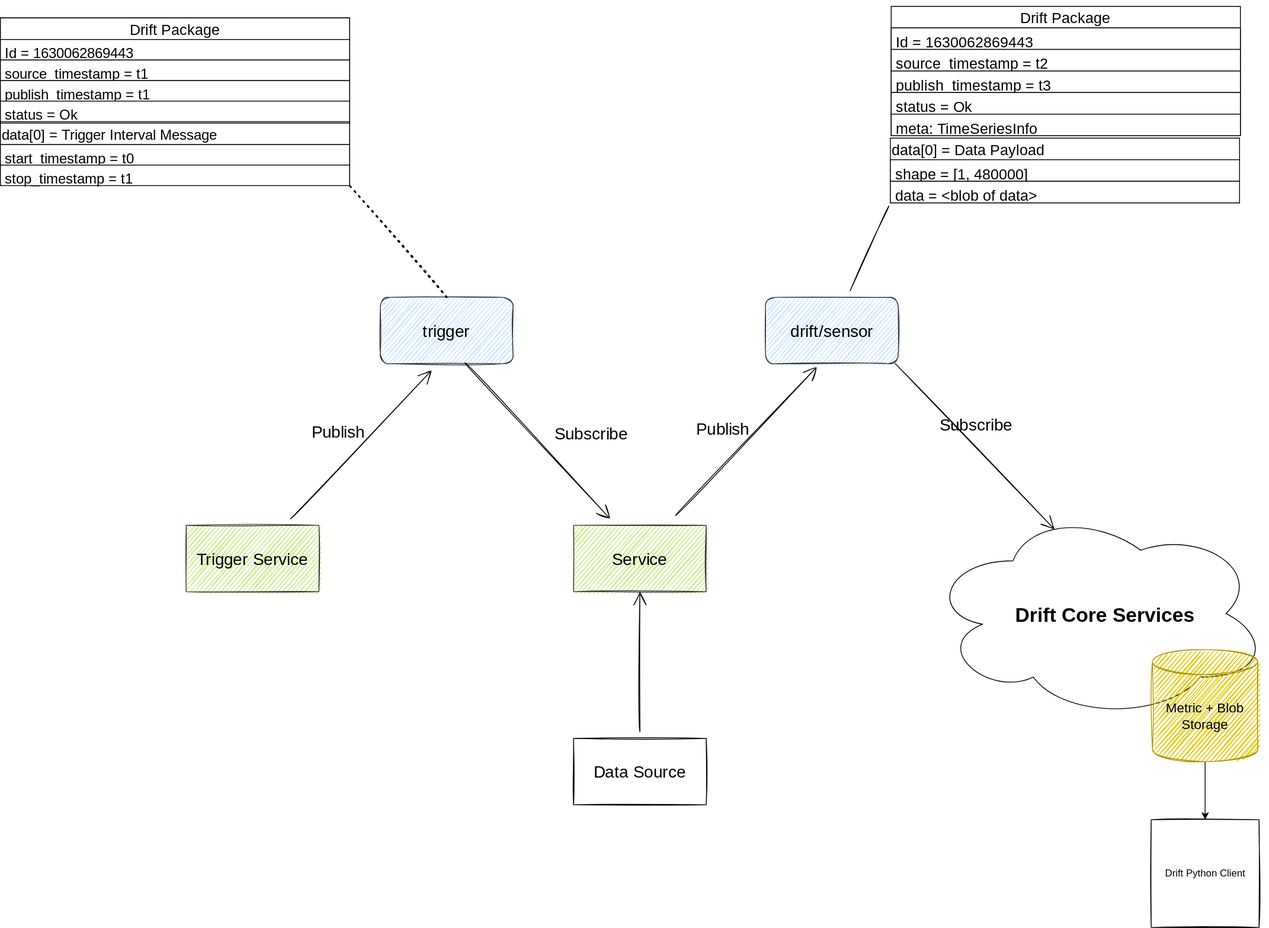
Above: docs/img/example.drawio.svg in panda-official/DriftProtocol (draw.io), before the change. Source tidied: cells renumbered, new cells last; positions are measured from the earlier drawing's top-left corner, leaving out a move shared by most shapes. The source it was exported from:
```xml
<mxGraphModel background="#ffffff">
  <root>
    <mxCell id="0" />
    <mxCell id="1" parent="0" />
    <mxCell id="2" value="Trigger Service" style="rounded=0;whiteSpace=wrap;html=1;sketch=1;hachureGap=4;fontFamily=Architects Daughter;fontSource=https%3A%2F%2Ffonts.googleapis.com%2Fcss%3Ffamily%3DArchitects%2BDaughter;fontSize=20;fillColor=#cdeb8b;strokeColor=#36393d;fontColor=#000000;labelBackgroundColor=none;" parent="1" vertex="1">
      <mxGeometry x="224" y="633" width="160" height="80" as="geometry" />
    </mxCell>
    <mxCell id="3" style="edgeStyle=none;curved=1;rounded=0;jettySize=auto;html=1;endArrow=open;sourcePerimeterSpacing=8;targetPerimeterSpacing=8;fontSize=16;sketch=1;fontFamily=Architects Daughter;fontSource=https%3A%2F%2Ffonts.googleapis.com%2Fcss%3Ffamily%3DArchitects%2BDaughter;startSize=14;endSize=14;fontColor=#000000;labelBackgroundColor=none;strokeColor=#000000;" parent="1" edge="1" source="2">
      <mxGeometry relative="1" as="geometry">
        <mxPoint x="520" y="446" as="targetPoint" />
      </mxGeometry>
    </mxCell>
    <mxCell id="4" value="Publish" style="edgeLabel;html=1;align=center;verticalAlign=middle;fontSize=20;fontFamily=Architects Daughter;fontColor=#000000;labelBackgroundColor=none;" parent="3" vertex="1">
      <mxGeometry x="-0.42" relative="1" as="geometry">
        <mxPoint x="8" y="-54" as="offset" />
      </mxGeometry>
    </mxCell>
    <mxCell id="5" value="Service" style="rounded=0;whiteSpace=wrap;html=1;sketch=1;hachureGap=4;fontFamily=Architects Daughter;fontSource=https%3A%2F%2Ffonts.googleapis.com%2Fcss%3Ffamily%3DArchitects%2BDaughter;fontSize=20;fillColor=#cdeb8b;strokeColor=#36393d;fontColor=#000000;labelBackgroundColor=none;" parent="1" vertex="1">
      <mxGeometry x="691" y="633" width="160" height="80" as="geometry" />
    </mxCell>
    <mxCell id="6" style="endArrow=none;html=1;rounded=0;sketch=1;fontFamily=Architects Daughter;fontSource=https%3A%2F%2Ffonts.googleapis.com%2Fcss%3Ffamily%3DArchitects%2BDaughter;fontSize=20;startSize=14;endSize=14;sourcePerimeterSpacing=8;targetPerimeterSpacing=8;edgeStyle=none;curved=1;exitX=-0.004;exitY=1.143;exitDx=0;exitDy=0;exitPerimeter=0;fontColor=#000000;labelBackgroundColor=none;strokeColor=#000000;" parent="1" edge="1" source="34" target="20">
      <mxGeometry relative="1" as="geometry" />
    </mxCell>
    <mxCell id="7" value="trigger" style="rounded=1;whiteSpace=wrap;html=1;sketch=1;hachureGap=4;fontFamily=Architects Daughter;fontSource=https%3A%2F%2Ffonts.googleapis.com%2Fcss%3Ffamily%3DArchitects%2BDaughter;fontSize=20;fillColor=#cce5ff;strokeColor=#36393d;fontColor=#000000;labelBackgroundColor=none;" parent="1" vertex="1">
      <mxGeometry x="458" y="358" width="160" height="80" as="geometry" />
    </mxCell>
    <mxCell id="8" style="edgeStyle=none;curved=1;rounded=0;jettySize=auto;html=1;endArrow=open;sourcePerimeterSpacing=8;targetPerimeterSpacing=8;fontSize=16;sketch=1;fontFamily=Architects Daughter;fontSource=https%3A%2F%2Ffonts.googleapis.com%2Fcss%3Ffamily%3DArchitects%2BDaughter;startSize=14;endSize=14;exitX=0.638;exitY=0.988;exitDx=0;exitDy=0;exitPerimeter=0;fontColor=#000000;labelBackgroundColor=none;strokeColor=#000000;" parent="1" edge="1" source="7">
      <mxGeometry relative="1" as="geometry">
        <mxPoint x="735" y="625" as="targetPoint" />
      </mxGeometry>
    </mxCell>
    <mxCell id="9" value="Subscribe" style="edgeLabel;html=1;align=center;verticalAlign=middle;fontSize=20;fontFamily=Architects Daughter;fontColor=#000000;labelBackgroundColor=none;" parent="8" vertex="1">
      <mxGeometry x="-0.42" relative="1" as="geometry">
        <mxPoint x="101" y="30" as="offset" />
      </mxGeometry>
    </mxCell>
    <mxCell id="10" style="group;fontColor=#000000;labelBackgroundColor=none;fillColor=#FFFFFF;strokeColor=#000000;sketch=0;" parent="1" vertex="1">
      <mxGeometry y="21" width="421" height="201" as="geometry" />
    </mxCell>
    <mxCell id="11" value="Drift Package" style="swimlane;fontStyle=0;horizontal=1;startSize=26;sketch=0;hachureGap=4;fontFamily=Architects Daughter;fontSource=https%3A%2F%2Ffonts.googleapis.com%2Fcss%3Ffamily%3DArchitects%2BDaughter;fontSize=18;fontColor=#000000;labelBackgroundColor=none;fillColor=#FFFFFF;strokeColor=#000000;" parent="10" vertex="1">
      <mxGeometry width="421" height="125.1" as="geometry" />
    </mxCell>
    <mxCell id="12" value="Id = 1630062869443" style="text;strokeColor=#000000;fillColor=#FFFFFF;align=left;verticalAlign=top;spacingLeft=4;spacingRight=4;overflow=hidden;sketch=0;hachureGap=4;fontFamily=Architects Daughter;fontSource=https%3A%2F%2Ffonts.googleapis.com%2Fcss%3Ffamily%3DArchitects%2BDaughter;fontSize=17;fontColor=#000000;labelBackgroundColor=none;" parent="11" vertex="1">
      <mxGeometry y="26" width="421" height="24.8" as="geometry" />
    </mxCell>
    <mxCell id="13" value="source_timestamp = t1" style="text;strokeColor=#000000;fillColor=#FFFFFF;align=left;verticalAlign=top;spacingLeft=4;spacingRight=4;overflow=hidden;sketch=0;hachureGap=4;fontFamily=Architects Daughter;fontSource=https%3A%2F%2Ffonts.googleapis.com%2Fcss%3Ffamily%3DArchitects%2BDaughter;fontSize=17;fontColor=#000000;labelBackgroundColor=none;" parent="11" vertex="1">
      <mxGeometry y="50.8" width="421" height="24.8" as="geometry" />
    </mxCell>
    <mxCell id="14" value="publish_timestamp = t1" style="text;strokeColor=#000000;fillColor=#FFFFFF;align=left;verticalAlign=top;spacingLeft=4;spacingRight=4;overflow=hidden;sketch=0;hachureGap=4;fontFamily=Architects Daughter;fontSource=https%3A%2F%2Ffonts.googleapis.com%2Fcss%3Ffamily%3DArchitects%2BDaughter;fontSize=17;fontColor=#000000;labelBackgroundColor=none;" parent="11" vertex="1">
      <mxGeometry y="75.5" width="421" height="24.8" as="geometry" />
    </mxCell>
    <mxCell id="15" value="status = Ok " style="text;strokeColor=#000000;fillColor=#FFFFFF;align=left;verticalAlign=top;spacingLeft=4;spacingRight=4;overflow=hidden;sketch=0;hachureGap=4;fontFamily=Architects Daughter;fontSource=https%3A%2F%2Ffonts.googleapis.com%2Fcss%3Ffamily%3DArchitects%2BDaughter;fontSize=17;fontColor=#000000;labelBackgroundColor=none;" parent="11" vertex="1">
      <mxGeometry y="100.3" width="421" height="24.8" as="geometry" />
    </mxCell>
    <mxCell id="16" value="data[0] = Trigger Interval Message" style="swimlane;fontStyle=0;horizontal=1;startSize=26;sketch=0;hachureGap=4;fontFamily=Architects Daughter;fontSource=https%3A%2F%2Ffonts.googleapis.com%2Fcss%3Ffamily%3DArchitects%2BDaughter;fontSize=17;fontColor=#000000;labelBackgroundColor=none;fillColor=#FFFFFF;strokeColor=#000000;align=left;" parent="10" vertex="1">
      <mxGeometry y="126.7" width="421" height="75.5" as="geometry" />
    </mxCell>
    <mxCell id="17" value="start_timestamp = t0" style="text;strokeColor=#000000;fillColor=#FFFFFF;align=left;verticalAlign=top;spacingLeft=4;spacingRight=4;overflow=hidden;sketch=0;hachureGap=4;fontFamily=Architects Daughter;fontSource=https%3A%2F%2Ffonts.googleapis.com%2Fcss%3Ffamily%3DArchitects%2BDaughter;fontSize=17;fontColor=#000000;labelBackgroundColor=none;" parent="16" vertex="1">
      <mxGeometry y="26" width="421" height="24.8" as="geometry" />
    </mxCell>
    <mxCell id="18" value="stop_timestamp = t1" style="text;strokeColor=#000000;fillColor=#FFFFFF;align=left;verticalAlign=top;spacingLeft=4;spacingRight=4;overflow=hidden;sketch=0;hachureGap=4;fontFamily=Architects Daughter;fontSource=https%3A%2F%2Ffonts.googleapis.com%2Fcss%3Ffamily%3DArchitects%2BDaughter;fontSize=17;fontColor=#000000;labelBackgroundColor=none;" parent="16" vertex="1">
      <mxGeometry y="50.8" width="421" height="24.8" as="geometry" />
    </mxCell>
    <mxCell id="19" style="endArrow=none;dashed=1;html=1;dashPattern=1 3;strokeWidth=2;rounded=0;sketch=1;fontFamily=Architects Daughter;fontSource=https%3A%2F%2Ffonts.googleapis.com%2Fcss%3Ffamily%3DArchitects%2BDaughter;fontSize=20;startSize=14;endSize=14;sourcePerimeterSpacing=8;targetPerimeterSpacing=8;edgeStyle=none;curved=1;entryX=1;entryY=1;entryDx=0;entryDy=0;exitX=0.5;exitY=0;exitDx=0;exitDy=0;fontColor=#000000;labelBackgroundColor=none;strokeColor=#000000;" parent="1" edge="1" source="7" target="16">
      <mxGeometry relative="1" as="geometry" />
    </mxCell>
    <mxCell id="20" value="drift/sensor" style="rounded=1;whiteSpace=wrap;html=1;sketch=1;hachureGap=4;fontFamily=Architects Daughter;fontSource=https%3A%2F%2Ffonts.googleapis.com%2Fcss%3Ffamily%3DArchitects%2BDaughter;fontSize=20;fillColor=#cce5ff;strokeColor=#36393d;fontColor=#000000;labelBackgroundColor=none;" parent="1" vertex="1">
      <mxGeometry x="922.5" y="358" width="160" height="80" as="geometry" />
    </mxCell>
    <mxCell id="21" style="edgeStyle=none;curved=1;rounded=0;orthogonalLoop=1;jettySize=auto;html=1;endArrow=open;sourcePerimeterSpacing=8;targetPerimeterSpacing=8;fontSize=16;sketch=1;fontFamily=Architects Daughter;fontSource=https%3A%2F%2Ffonts.googleapis.com%2Fcss%3Ffamily%3DArchitects%2BDaughter;startSize=14;endSize=14;exitX=0.638;exitY=0.988;exitDx=0;exitDy=0;exitPerimeter=0;entryX=0.5;entryY=0;entryDx=0;entryDy=0;fontColor=#000000;labelBackgroundColor=none;strokeColor=#000000;" parent="1" edge="1">
      <mxGeometry relative="1" as="geometry">
        <mxPoint x="1079" y="438" as="sourcePoint" />
        <mxPoint x="1271" y="638" as="targetPoint" />
      </mxGeometry>
    </mxCell>
    <mxCell id="22" value="Subscribe" style="edgeLabel;html=1;align=center;verticalAlign=middle;fontSize=20;fontFamily=Architects Daughter;fontColor=#000000;labelBackgroundColor=none;" parent="21" vertex="1">
      <mxGeometry x="-0.42" relative="1" as="geometry">
        <mxPoint x="41" y="15" as="offset" />
      </mxGeometry>
    </mxCell>
    <mxCell id="23" style="edgeStyle=none;curved=1;rounded=0;orthogonalLoop=1;jettySize=auto;html=1;endArrow=open;sourcePerimeterSpacing=8;targetPerimeterSpacing=8;fontSize=16;sketch=1;fontFamily=Architects Daughter;fontSource=https%3A%2F%2Ffonts.googleapis.com%2Fcss%3Ffamily%3DArchitects%2BDaughter;startSize=14;endSize=14;fontColor=#000000;labelBackgroundColor=none;strokeColor=#000000;" parent="1" edge="1">
      <mxGeometry relative="1" as="geometry">
        <mxPoint x="814" y="621" as="sourcePoint" />
        <mxPoint x="984.3" y="442" as="targetPoint" />
      </mxGeometry>
    </mxCell>
    <mxCell id="24" value="Publish" style="edgeLabel;html=1;align=center;verticalAlign=middle;fontSize=20;fontFamily=Architects Daughter;fontColor=#000000;labelBackgroundColor=none;" parent="23" vertex="1">
      <mxGeometry x="-0.42" relative="1" as="geometry">
        <mxPoint x="8" y="-54" as="offset" />
      </mxGeometry>
    </mxCell>
    <mxCell id="25" style="group;fontColor=#000000;labelBackgroundColor=none;" parent="1" vertex="1">
      <mxGeometry x="1073" width="423" height="265" as="geometry" />
    </mxCell>
    <mxCell id="26" value="Drift Package" style="swimlane;fontStyle=0;horizontal=1;startSize=26;sketch=0;hachureGap=4;fontFamily=Architects Daughter;fontSource=https%3A%2F%2Ffonts.googleapis.com%2Fcss%3Ffamily%3DArchitects%2BDaughter;fontSize=18;fontColor=#000000;labelBackgroundColor=none;fillColor=#FFFFFF;strokeColor=#000000;" parent="25" vertex="1">
      <mxGeometry x="1" y="7" width="421" height="156" as="geometry" />
    </mxCell>
    <mxCell id="27" value="Id = 1630062869443" style="text;strokeColor=#000000;fillColor=#FFFFFF;align=left;verticalAlign=top;spacingLeft=4;spacingRight=4;overflow=hidden;sketch=0;hachureGap=4;fontFamily=Architects Daughter;fontSource=https%3A%2F%2Ffonts.googleapis.com%2Fcss%3Ffamily%3DArchitects%2BDaughter;fontSize=18;fontColor=#000000;labelBackgroundColor=none;" parent="26" vertex="1">
      <mxGeometry y="26" width="421" height="26" as="geometry" />
    </mxCell>
    <mxCell id="28" value="source_timestamp = t2" style="text;strokeColor=#000000;fillColor=#FFFFFF;align=left;verticalAlign=top;spacingLeft=4;spacingRight=4;overflow=hidden;sketch=0;hachureGap=4;fontFamily=Architects Daughter;fontSource=https%3A%2F%2Ffonts.googleapis.com%2Fcss%3Ffamily%3DArchitects%2BDaughter;fontSize=18;fontColor=#000000;labelBackgroundColor=none;" parent="26" vertex="1">
      <mxGeometry y="52" width="421" height="26" as="geometry" />
    </mxCell>
    <mxCell id="29" value="publish_timestamp = t3" style="text;strokeColor=#000000;fillColor=#FFFFFF;align=left;verticalAlign=top;spacingLeft=4;spacingRight=4;overflow=hidden;sketch=0;hachureGap=4;fontFamily=Architects Daughter;fontSource=https%3A%2F%2Ffonts.googleapis.com%2Fcss%3Ffamily%3DArchitects%2BDaughter;fontSize=18;fontColor=#000000;labelBackgroundColor=none;" parent="26" vertex="1">
      <mxGeometry y="78" width="421" height="26" as="geometry" />
    </mxCell>
    <mxCell id="30" value="status = Ok " style="text;strokeColor=#000000;fillColor=#FFFFFF;align=left;verticalAlign=top;spacingLeft=4;spacingRight=4;overflow=hidden;sketch=0;hachureGap=4;fontFamily=Architects Daughter;fontSource=https%3A%2F%2Ffonts.googleapis.com%2Fcss%3Ffamily%3DArchitects%2BDaughter;fontSize=18;fontColor=#000000;labelBackgroundColor=none;" parent="26" vertex="1">
      <mxGeometry y="104" width="421" height="26" as="geometry" />
    </mxCell>
    <mxCell id="31" value="meta: TimeSeriesInfo" style="text;strokeColor=#000000;fillColor=#FFFFFF;align=left;verticalAlign=top;spacingLeft=4;spacingRight=4;overflow=hidden;sketch=0;hachureGap=4;fontFamily=Architects Daughter;fontSource=https%3A%2F%2Ffonts.googleapis.com%2Fcss%3Ffamily%3DArchitects%2BDaughter;fontSize=18;fontColor=#000000;labelBackgroundColor=none;" parent="26" vertex="1">
      <mxGeometry y="130" width="421" height="26" as="geometry" />
    </mxCell>
    <mxCell id="32" value="data[0] = Data Payload" style="swimlane;fontStyle=0;horizontal=1;startSize=26;sketch=0;hachureGap=4;fontFamily=Architects Daughter;fontSource=https%3A%2F%2Ffonts.googleapis.com%2Fcss%3Ffamily%3DArchitects%2BDaughter;fontSize=18;fontColor=#000000;labelBackgroundColor=none;fillColor=#FFFFFF;strokeColor=#000000;align=left;" parent="25" vertex="1">
      <mxGeometry y="166" width="421" height="78" as="geometry" />
    </mxCell>
    <mxCell id="33" value="shape = [1, 480000]" style="text;strokeColor=#000000;fillColor=#FFFFFF;align=left;verticalAlign=top;spacingLeft=4;spacingRight=4;overflow=hidden;sketch=0;hachureGap=4;fontFamily=Architects Daughter;fontSource=https%3A%2F%2Ffonts.googleapis.com%2Fcss%3Ffamily%3DArchitects%2BDaughter;fontSize=18;fontColor=#000000;labelBackgroundColor=none;" parent="32" vertex="1">
      <mxGeometry y="26" width="421" height="26" as="geometry" />
    </mxCell>
    <mxCell id="34" value="data = &lt;blob of data&gt;" style="text;strokeColor=#000000;fillColor=#FFFFFF;align=left;verticalAlign=top;spacingLeft=4;spacingRight=4;overflow=hidden;points=[[0,0.5],[1,0.5]];portConstraint=eastwest;sketch=0;hachureGap=4;fontFamily=Architects Daughter;fontSource=https%3A%2F%2Ffonts.googleapis.com%2Fcss%3Ffamily%3DArchitects%2BDaughter;fontSize=18;fontColor=#000000;labelBackgroundColor=none;" parent="32" vertex="1">
      <mxGeometry y="52" width="421" height="26" as="geometry" />
    </mxCell>
    <mxCell id="35" style="edgeStyle=none;curved=1;rounded=0;sketch=1;jettySize=auto;html=1;entryX=0.5;entryY=1;entryDx=0;entryDy=0;fontFamily=Architects Daughter;fontSource=https%3A%2F%2Ffonts.googleapis.com%2Fcss%3Ffamily%3DArchitects%2BDaughter;fontSize=20;endArrow=open;startSize=14;endSize=14;sourcePerimeterSpacing=8;targetPerimeterSpacing=8;fontColor=#000000;labelBackgroundColor=none;strokeColor=#000000;" parent="1" edge="1" source="36" target="5">
      <mxGeometry relative="1" as="geometry" />
    </mxCell>
    <mxCell id="36" value="Data Source" style="rounded=0;whiteSpace=wrap;html=1;sketch=1;hachureGap=4;fontFamily=Architects Daughter;fontSource=https%3A%2F%2Ffonts.googleapis.com%2Fcss%3Ffamily%3DArchitects%2BDaughter;fontSize=20;fontColor=#000000;labelBackgroundColor=none;fillColor=#FFFFFF;strokeColor=#000000;" parent="1" vertex="1">
      <mxGeometry x="691" y="890" width="160" height="80" as="geometry" />
    </mxCell>
    <mxCell id="37" style="ellipse;shape=cloud;whiteSpace=wrap;html=1;fillColor=#FFFFFF;strokeColor=#000000;fontColor=#000000;labelBackgroundColor=none;" parent="1" vertex="1">
      <mxGeometry x="1118" y="612" width="411" height="255" as="geometry" />
    </mxCell>
    <mxCell id="38" value="&lt;h1&gt;Drift Core Services&lt;/h1&gt;" style="text;html=1;spacing=5;spacingTop=-20;whiteSpace=wrap;overflow=hidden;rounded=0;fontColor=#000000;labelBackgroundColor=none;" parent="1" vertex="1">
      <mxGeometry x="1219" y="722" width="294" height="44" as="geometry" />
    </mxCell>
    <mxCell id="39" style="edgeStyle=orthogonalEdgeStyle;rounded=0;jettySize=auto;html=1;strokeColor=#000000;fontColor=#000000;labelBackgroundColor=none;" parent="1" edge="1" source="40" target="41">
      <mxGeometry relative="1" as="geometry" />
    </mxCell>
    <mxCell id="40" value="Metric + Blob Storage" style="shape=cylinder3;whiteSpace=wrap;html=1;boundedLbl=1;backgroundOutline=1;size=15;rounded=1;fontSize=16;fillColor=#e3c800;fontColor=#000000;strokeColor=#B09500;sketch=1;labelBackgroundColor=none;" parent="1" vertex="1">
      <mxGeometry x="1389" y="783" width="127" height="135" as="geometry" />
    </mxCell>
    <mxCell id="41" value="Drift Python Client" style="whiteSpace=wrap;html=1;fontColor=#000000;strokeColor=#000000;fillColor=#FFFFFF;sketch=1;labelBackgroundColor=none;" parent="1" vertex="1">
      <mxGeometry x="1387.5" y="988" width="130" height="130" as="geometry" />
    </mxCell>
  </root>
</mxGraphModel>
```
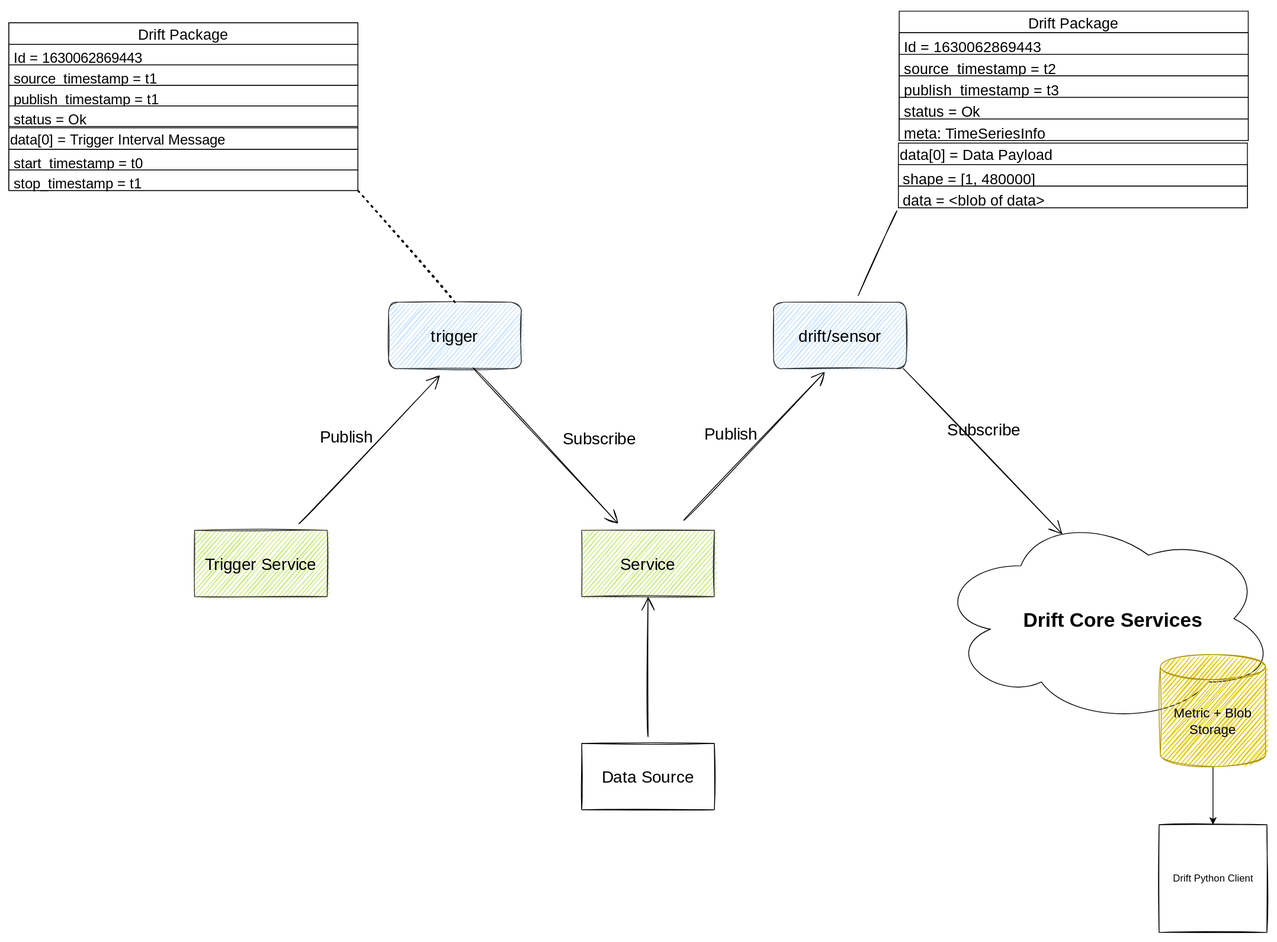
The same diagram one commit later.

Commit message:
add rect as backgorund

The edit, as a diff of the source:
```diff
@@ -1,7 +1,10 @@
-<mxGraphModel background="#ffffff">
+<mxGraphModel background="#FFFFFF">
   <root>
     <mxCell id="0" />
     <mxCell id="1" parent="0" />
+    <mxCell id="42" style="rounded=0;whiteSpace=wrap;html=1;labelBackgroundColor=none;sketch=0;fontSize=18;fontColor=#000000;strokeColor=none;fillColor=#FFFFFF;align=left;" parent="1" vertex="1">
+      <mxGeometry x="-10" y="-6" width="1537" height="1135" as="geometry" />
+    </mxCell>
     <mxCell id="2" value="Trigger Service" style="rounded=0;whiteSpace=wrap;html=1;sketch=1;hachureGap=4;fontFamily=Architects Daughter;fontSource=https%3A%2F%2Ffonts.googleapis.com%2Fcss%3Ffamily%3DArchitects%2BDaughter;fontSize=20;fillColor=#cdeb8b;strokeColor=#36393d;fontColor=#000000;labelBackgroundColor=none;" parent="1" vertex="1">
       <mxGeometry x="224" y="633" width="160" height="80" as="geometry" />
     </mxCell>
```
